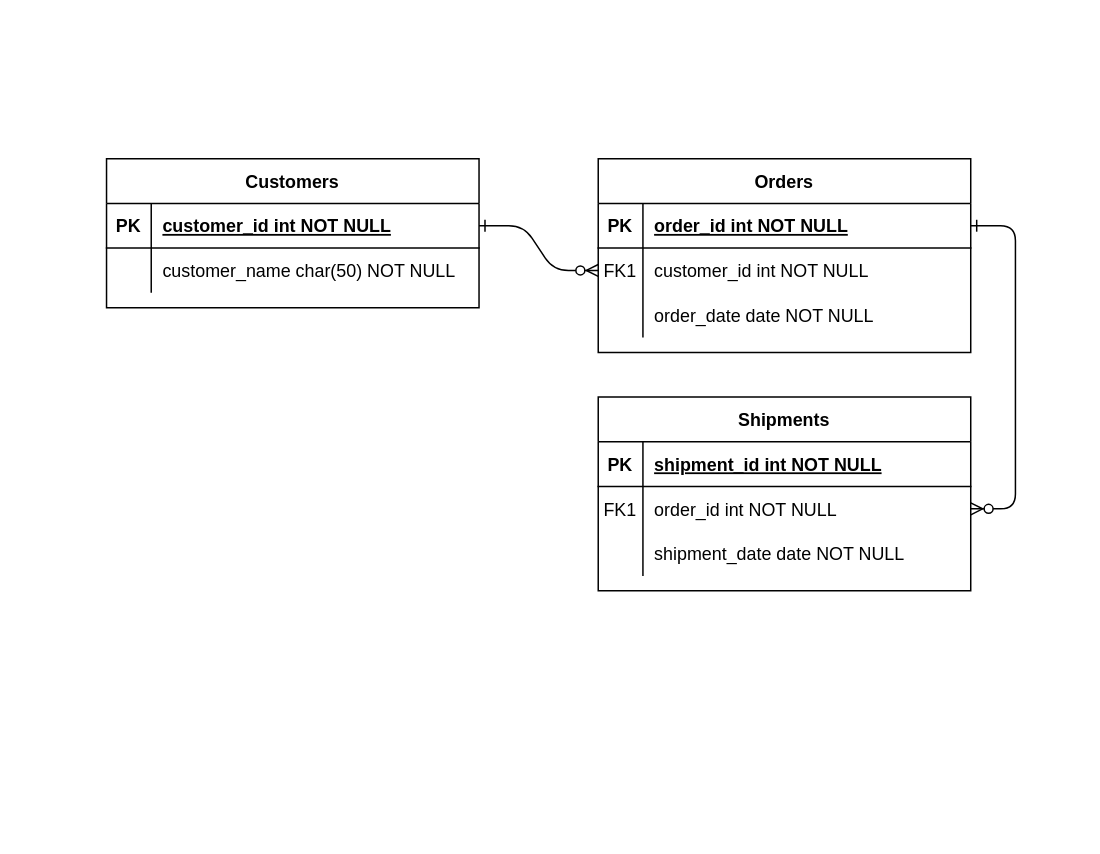
The draw.io diagram 未命名绘图.drawio in Raaaaaaay2023/database_homework, before the edit. Source tidied: cells renumbered, new cells numbered last; positions are measured from the earlier drawing's top-left corner, leaving out a move shared by most shapes. Both pictures are drawn from the tidied source at 149%, with x=0, y=0 at pixel (106, 158).
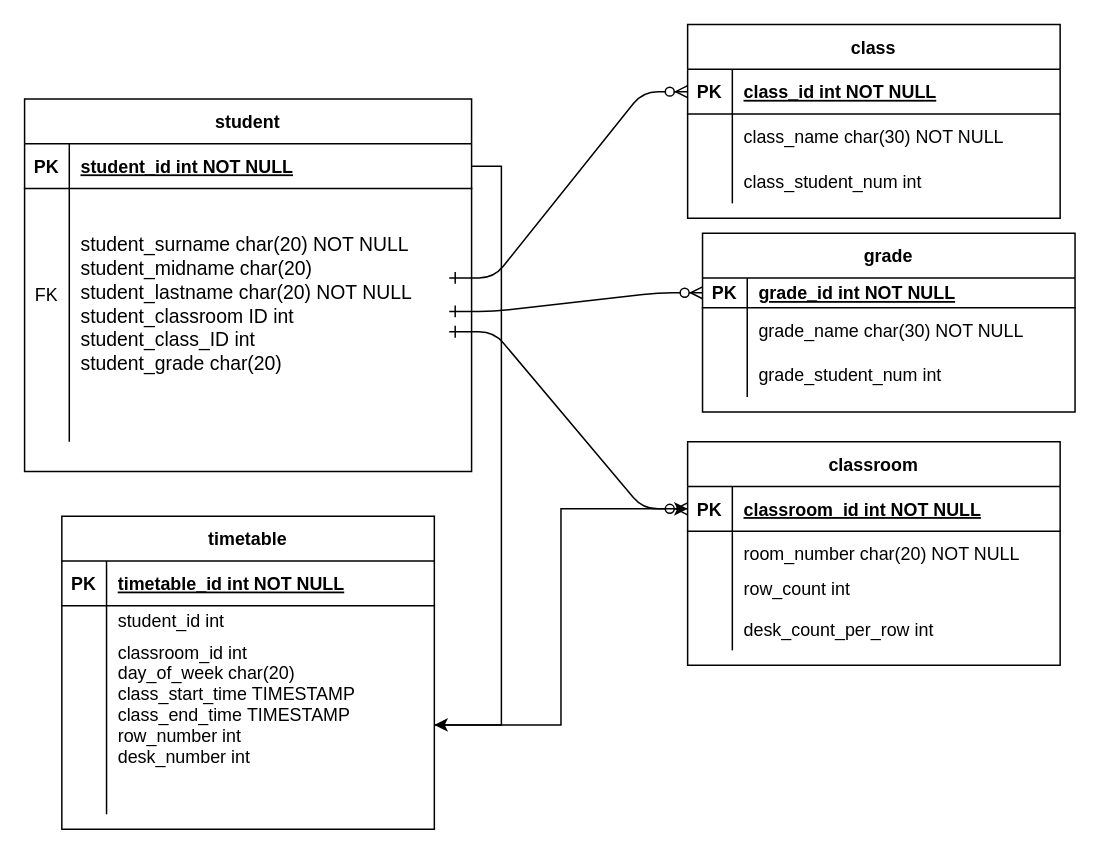
The same diagram, later.

The change refers to these unchanged cells:
```xml
<mxCell id="5" style="shape=partialRectangle;fillColor=none;points=[[0,0.5],[1,0.5]];portConstraint=eastwest;top=0;left=0;right=0;bottom=1;" parent="4" vertex="1">
  <mxGeometry y="30" width="250" height="30" as="geometry" />
</mxCell>
<mxCell id="8" style="shape=partialRectangle;fillColor=none;points=[[0,0.5],[1,0.5]];portConstraint=eastwest;top=0;left=0;right=0;bottom=0;" parent="4" vertex="1">
  <mxGeometry y="60" width="250" height="30" as="geometry" />
</mxCell>
<mxCell id="11" style="shape=partialRectangle;fillColor=none;top=0;left=0;right=0;bottom=0;" parent="4" vertex="1">
  <mxGeometry y="90" width="250" height="30" as="geometry" />
</mxCell>
<mxCell id="15" style="shape=partialRectangle;fillColor=none;points=[[0,0.5],[1,0.5]];portConstraint=eastwest;top=0;left=0;right=0;bottom=1;" parent="14" vertex="1">
  <mxGeometry y="30" width="250" height="30" as="geometry" />
</mxCell>
<mxCell id="18" style="shape=partialRectangle;fillColor=none;points=[[0,0.5],[1,0.5]];portConstraint=eastwest;top=0;left=0;right=0;bottom=0;" parent="14" vertex="1">
  <mxGeometry y="60" width="250" height="30" as="geometry" />
</mxCell>
```

The edit, as a diff of the source:
```diff
@@
-    <mxCell id="2" style="edgeStyle=entityRelationEdgeStyle;endArrow=ERzeroToMany;startArrow=ERone;endFill=1;startFill=0;" parent="1" edge="1" source="25" target="8">
-      <mxGeometry relative="1" as="geometry" />
+    <mxCell id="2" style="edgeStyle=entityRelationEdgeStyle;endArrow=ERzeroToMany;startArrow=ERone;endFill=1;startFill=0;entryX=0;entryY=0.5;entryDx=0;entryDy=0;" parent="1" edge="1" target="5">
+      <mxGeometry relative="1" as="geometry">
+        <mxPoint x="230" y="80" as="sourcePoint" />
+      </mxGeometry>
     </mxCell>
-    <mxCell id="3" style="edgeStyle=entityRelationEdgeStyle;endArrow=ERzeroToMany;startArrow=ERone;endFill=1;startFill=0;" parent="1" edge="1" source="5" target="18">
-      <mxGeometry relative="1" as="geometry" />
-    </mxCell>
-    <mxCell id="4" value="Orders" style="shape=table;startSize=30;childLayout=tableLayout;rowLines=0;fontStyle=1;align=center;" parent="1" vertex="1">
-      <mxGeometry x="330" width="250" height="130" as="geometry" />
+    <mxCell id="4" value="class" style="shape=table;startSize=30;childLayout=tableLayout;rowLines=0;fontStyle=1;align=center;" parent="1" vertex="1">
+      <mxGeometry x="390" y="-90" width="250" height="130" as="geometry" />
     </mxCell>
@@
-    <mxCell id="7" value="order_id int NOT NULL " style="shape=partialRectangle;overflow=hidden;fillColor=none;top=0;left=0;bottom=0;right=0;align=left;spacingLeft=6;fontStyle=5;" parent="5" vertex="1">
+    <mxCell id="7" value="class_id int NOT NULL " style="shape=partialRectangle;overflow=hidden;fillColor=none;top=0;left=0;bottom=0;right=0;align=left;spacingLeft=6;fontStyle=5;" parent="5" vertex="1">
       <mxGeometry x="30" width="220" height="30" as="geometry" />
     </mxCell>
@@
-    <mxCell id="9" value="FK1" style="shape=partialRectangle;overflow=hidden;fillColor=none;top=0;left=0;bottom=0;right=0;" parent="8" vertex="1">
+    <mxCell id="9" style="shape=partialRectangle;overflow=hidden;fillColor=none;top=0;left=0;bottom=0;right=0;" parent="8" vertex="1">
       <mxGeometry width="30" height="30" as="geometry" />
     </mxCell>
-    <mxCell id="10" value="customer_id int NOT NULL" style="shape=partialRectangle;overflow=hidden;fillColor=none;top=0;left=0;bottom=0;right=0;align=left;spacingLeft=6;" parent="8" vertex="1">
+    <mxCell id="10" value="class_name char(30) NOT NULL" style="shape=partialRectangle;overflow=hidden;fillColor=none;top=0;left=0;bottom=0;right=0;align=left;spacingLeft=6;" parent="8" vertex="1">
       <mxGeometry x="30" width="220" height="30" as="geometry" />
     </mxCell>
@@
-    <mxCell id="13" value="order_date date NOT NULL" style="shape=partialRectangle;overflow=hidden;fillColor=none;top=0;left=0;bottom=0;right=0;align=left;spacingLeft=6;" parent="11" vertex="1">
+    <mxCell id="13" value="class_student_num int" style="shape=partialRectangle;overflow=hidden;fillColor=none;top=0;left=0;bottom=0;right=0;align=left;spacingLeft=6;" parent="11" vertex="1">
       <mxGeometry x="30" width="220" height="30" as="geometry" />
     </mxCell>
-    <mxCell id="14" value="Shipments" style="shape=table;startSize=30;childLayout=tableLayout;rowLines=0;fontStyle=1;align=center;" parent="1" vertex="1">
-      <mxGeometry x="330" y="160" width="250" height="130" as="geometry" />
+    <mxCell id="14" value="classroom" style="shape=table;startSize=30;childLayout=tableLayout;rowLines=0;fontStyle=1;align=center;" parent="1" vertex="1">
+      <mxGeometry x="390" y="190" width="250" height="150" as="geometry" />
     </mxCell>
@@
-    <mxCell id="17" value="shipment_id int NOT NULL " style="shape=partialRectangle;overflow=hidden;fillColor=none;top=0;left=0;bottom=0;right=0;align=left;spacingLeft=6;fontStyle=5;" parent="15" vertex="1">
+    <mxCell id="17" value="classroom_id int NOT NULL " style="shape=partialRectangle;overflow=hidden;fillColor=none;top=0;left=0;bottom=0;right=0;align=left;spacingLeft=6;fontStyle=5;" parent="15" vertex="1">
       <mxGeometry x="30" width="220" height="30" as="geometry" />
     </mxCell>
@@
-    <mxCell id="19" value="FK1" style="shape=partialRectangle;overflow=hidden;fillColor=none;top=0;left=0;bottom=0;right=0;" parent="18" vertex="1">
+    <mxCell id="19" style="shape=partialRectangle;overflow=hidden;fillColor=none;top=0;left=0;bottom=0;right=0;" parent="18" vertex="1">
       <mxGeometry width="30" height="30" as="geometry" />
     </mxCell>
-    <mxCell id="20" value="order_id int NOT NULL" style="shape=partialRectangle;overflow=hidden;fillColor=none;top=0;left=0;bottom=0;right=0;align=left;spacingLeft=6;" parent="18" vertex="1">
+    <mxCell id="20" value="room_number char(20) NOT NULL" style="shape=partialRectangle;overflow=hidden;fillColor=none;top=0;left=0;bottom=0;right=0;align=left;spacingLeft=6;" parent="18" vertex="1">
       <mxGeometry x="30" width="220" height="30" as="geometry" />
     </mxCell>
     <mxCell id="21" style="shape=partialRectangle;fillColor=none;top=0;left=0;right=0;bottom=0;" parent="14" vertex="1">
-      <mxGeometry y="90" width="250" height="30" as="geometry" />
+      <mxGeometry y="90" width="250" height="50" as="geometry" />
     </mxCell>
     <mxCell id="22" style="shape=partialRectangle;overflow=hidden;fillColor=none;top=0;left=0;bottom=0;right=0;" parent="21" vertex="1">
-      <mxGeometry width="30" height="30" as="geometry" />
+      <mxGeometry width="30" height="50" as="geometry" />
     </mxCell>
-    <mxCell id="23" value="shipment_date date NOT NULL" style="shape=partialRectangle;overflow=hidden;fillColor=none;top=0;left=0;bottom=0;right=0;align=left;spacingLeft=6;" parent="21" vertex="1">
-      <mxGeometry x="30" width="220" height="30" as="geometry" />
+    <mxCell id="23" value="row_count int&#10;&#10;desk_count_per_row int&#10;" style="shape=partialRectangle;overflow=hidden;fillColor=none;top=0;left=0;bottom=0;right=0;align=left;spacingLeft=6;" parent="21" vertex="1">
+      <mxGeometry x="30" width="220" height="50" as="geometry" />
     </mxCell>
-    <mxCell id="24" value="Customers" style="shape=table;startSize=30;childLayout=tableLayout;rowLines=0;fontStyle=1;align=center;" parent="1" vertex="1">
-      <mxGeometry width="250" height="100" as="geometry" />
+    <mxCell id="24" value="student" style="shape=table;startSize=30;childLayout=tableLayout;rowLines=0;fontStyle=1;align=center;" parent="1" vertex="1">
+      <mxGeometry x="-55" y="-40" width="300" height="250" as="geometry" />
     </mxCell>
     <mxCell id="25" style="shape=partialRectangle;fillColor=none;points=[[0,0.5],[1,0.5]];portConstraint=eastwest;top=0;left=0;right=0;bottom=1;" parent="24" vertex="1">
-      <mxGeometry y="30" width="250" height="30" as="geometry" />
+      <mxGeometry y="30" width="300" height="30" as="geometry" />
     </mxCell>
@@
-    <mxCell id="27" value="customer_id int NOT NULL " style="shape=partialRectangle;overflow=hidden;fillColor=none;top=0;left=0;bottom=0;right=0;align=left;spacingLeft=6;fontStyle=5;" parent="25" vertex="1">
-      <mxGeometry x="30" width="220" height="30" as="geometry" />
+    <mxCell id="27" value="student_id int NOT NULL " style="shape=partialRectangle;overflow=hidden;fillColor=none;top=0;left=0;bottom=0;right=0;align=left;spacingLeft=6;fontStyle=5;" parent="25" vertex="1">
+      <mxGeometry x="30" width="270" height="30" as="geometry" />
     </mxCell>
     <mxCell id="28" style="shape=partialRectangle;fillColor=none;top=0;left=0;right=0;bottom=0;" parent="24" vertex="1">
-      <mxGeometry y="60" width="250" height="30" as="geometry" />
+      <mxGeometry y="60" width="300" height="170" as="geometry" />
     </mxCell>
-    <mxCell id="29" style="shape=partialRectangle;overflow=hidden;fillColor=none;top=0;left=0;bottom=0;right=0;" parent="28" vertex="1">
-      <mxGeometry width="30" height="30" as="geometry" />
+    <mxCell id="29" value="FK&#10;&#10;" style="shape=partialRectangle;overflow=hidden;fillColor=none;top=0;left=0;bottom=0;right=0;" parent="28" vertex="1">
+      <mxGeometry width="30" height="170" as="geometry" />
     </mxCell>
-    <mxCell id="30" value="customer_name char(50) NOT NULL" style="shape=partialRectangle;overflow=hidden;fillColor=none;top=0;left=0;bottom=0;right=0;align=left;spacingLeft=6;" parent="28" vertex="1">
-      <mxGeometry x="30" width="220" height="30" as="geometry" />
+    <mxCell id="30" value="student_surname char(20) NOT NULL&#10;student_midname char(20) &#10;student_lastname char(20) NOT NULL&#10;student_classroom ID int &#10;student_class_ID int&#10;student_grade char(20)&#10;" style="shape=partialRectangle;overflow=hidden;fillColor=none;top=0;left=0;bottom=0;right=0;align=left;spacingLeft=6;fontSize=13;" parent="28" vertex="1">
+      <mxGeometry x="30" width="270" height="170" as="geometry" />
     </mxCell>
+    <mxCell id="31" value="grade" style="shape=table;startSize=30;childLayout=tableLayout;rowLines=0;fontStyle=1;align=center;" parent="1" vertex="1">
+      <mxGeometry x="400" y="50" width="250" height="120" as="geometry" />
+    </mxCell>
+    <mxCell id="32" style="shape=partialRectangle;fillColor=none;points=[[0,0.5],[1,0.5]];portConstraint=eastwest;top=0;left=0;right=0;bottom=1;" parent="31" vertex="1">
+      <mxGeometry y="30" width="250" height="20" as="geometry" />
+    </mxCell>
+    <mxCell id="33" value="PK" style="shape=partialRectangle;overflow=hidden;fillColor=none;top=0;left=0;bottom=0;right=0;fontStyle=1;" parent="32" vertex="1">
+      <mxGeometry width="30" height="20" as="geometry" />
+    </mxCell>
+    <mxCell id="34" value="grade_id int NOT NULL " style="shape=partialRectangle;overflow=hidden;fillColor=none;top=0;left=0;bottom=0;right=0;align=left;spacingLeft=6;fontStyle=5;" parent="32" vertex="1">
+      <mxGeometry x="30" width="220" height="20" as="geometry" />
+    </mxCell>
+    <mxCell id="35" style="shape=partialRectangle;fillColor=none;top=0;left=0;right=0;bottom=0;" parent="31" vertex="1">
+      <mxGeometry y="50" width="250" height="30" as="geometry" />
+    </mxCell>
+    <mxCell id="36" style="shape=partialRectangle;overflow=hidden;fillColor=none;top=0;left=0;bottom=0;right=0;" parent="35" vertex="1">
+      <mxGeometry width="30" height="30" as="geometry" />
+    </mxCell>
+    <mxCell id="37" value="grade_name char(30) NOT NULL" style="shape=partialRectangle;overflow=hidden;fillColor=none;top=0;left=0;bottom=0;right=0;align=left;spacingLeft=6;" parent="35" vertex="1">
+      <mxGeometry x="30" width="220" height="30" as="geometry" />
+    </mxCell>
+    <mxCell id="38" style="shape=partialRectangle;fillColor=none;top=0;left=0;right=0;bottom=0;" parent="31" vertex="1">
+      <mxGeometry y="80" width="250" height="30" as="geometry" />
+    </mxCell>
+    <mxCell id="39" style="shape=partialRectangle;overflow=hidden;fillColor=none;top=0;left=0;bottom=0;right=0;" parent="38" vertex="1">
+      <mxGeometry width="30" height="30" as="geometry" />
+    </mxCell>
+    <mxCell id="40" value="grade_student_num int" style="shape=partialRectangle;overflow=hidden;fillColor=none;top=0;left=0;bottom=0;right=0;align=left;spacingLeft=6;" parent="38" vertex="1">
+      <mxGeometry x="30" width="220" height="30" as="geometry" />
+    </mxCell>
+    <mxCell id="41" style="edgeStyle=entityRelationEdgeStyle;endArrow=ERzeroToMany;startArrow=ERone;endFill=1;startFill=0;entryX=0;entryY=0.5;entryDx=0;entryDy=0;" parent="1" edge="1" target="32">
+      <mxGeometry relative="1" as="geometry">
+        <mxPoint x="230" y="102.5" as="sourcePoint" />
+      </mxGeometry>
+    </mxCell>
+    <mxCell id="42" style="edgeStyle=entityRelationEdgeStyle;endArrow=ERzeroToMany;startArrow=ERone;endFill=1;startFill=0;entryX=0;entryY=0.5;entryDx=0;entryDy=0;" parent="1" edge="1" target="15">
+      <mxGeometry relative="1" as="geometry">
+        <mxPoint x="230" y="116.2" as="sourcePoint" />
+      </mxGeometry>
+    </mxCell>
+    <mxCell id="43" value="timetable" style="shape=table;startSize=30;childLayout=tableLayout;rowLines=0;fontStyle=1;align=center;" parent="1" vertex="1">
+      <mxGeometry x="-30" y="240" width="250" height="210" as="geometry" />
+    </mxCell>
+    <mxCell id="44" style="shape=partialRectangle;fillColor=none;top=0;left=0;right=0;bottom=1;" parent="43" vertex="1">
+      <mxGeometry y="30" width="250" height="30" as="geometry" />
+    </mxCell>
+    <mxCell id="45" value="PK" style="shape=partialRectangle;overflow=hidden;fillColor=none;top=0;left=0;bottom=0;right=0;fontStyle=1;" parent="44" vertex="1">
+      <mxGeometry width="30" height="30" as="geometry" />
+    </mxCell>
+    <mxCell id="46" value="timetable_id int NOT NULL " style="shape=partialRectangle;overflow=hidden;fillColor=none;top=0;left=0;bottom=0;right=0;align=left;spacingLeft=6;fontStyle=5;" parent="44" vertex="1">
+      <mxGeometry x="30" width="220" height="30" as="geometry" />
+    </mxCell>
+    <mxCell id="47" style="shape=partialRectangle;fillColor=none;top=0;left=0;right=0;bottom=0;" parent="43" vertex="1">
+      <mxGeometry y="60" width="250" height="20" as="geometry" />
+    </mxCell>
+    <mxCell id="48" style="shape=partialRectangle;overflow=hidden;fillColor=none;top=0;left=0;bottom=0;right=0;" parent="47" vertex="1">
+      <mxGeometry width="30" height="20" as="geometry" />
+    </mxCell>
+    <mxCell id="49" value="student_id int  " style="shape=partialRectangle;overflow=hidden;fillColor=none;top=0;left=0;bottom=0;right=0;align=left;spacingLeft=6;" parent="47" vertex="1">
+      <mxGeometry x="30" width="220" height="20" as="geometry" />
+    </mxCell>
+    <mxCell id="50" style="shape=partialRectangle;fillColor=none;points=[[0,0.5],[1,0.5]];portConstraint=eastwest;top=0;left=0;right=0;bottom=0;" parent="43" vertex="1">
+      <mxGeometry y="80" width="250" height="120" as="geometry" />
+    </mxCell>
+    <mxCell id="51" style="shape=partialRectangle;overflow=hidden;fillColor=none;top=0;left=0;bottom=0;right=0;" parent="50" vertex="1">
+      <mxGeometry width="30" height="120" as="geometry" />
+    </mxCell>
+    <mxCell id="52" value="classroom_id int  &#10;day_of_week char(20)&#10;class_start_time TIMESTAMP&#10;class_end_time TIMESTAMP&#10;row_number int&#10;desk_number int&#10;&#10;" style="shape=partialRectangle;overflow=hidden;fillColor=none;top=0;left=0;bottom=0;right=0;align=left;spacingLeft=6;" parent="50" vertex="1">
+      <mxGeometry x="30" width="220" height="120" as="geometry" />
+    </mxCell>
+    <mxCell id="53" style="edgeStyle=orthogonalEdgeStyle;rounded=0;jettySize=auto;html=1;exitX=1;exitY=0.5;exitDx=0;exitDy=0;" parent="1" edge="1" source="25" target="50">
+      <mxGeometry relative="1" as="geometry" />
+    </mxCell>
+    <mxCell id="54" style="edgeStyle=orthogonalEdgeStyle;rounded=0;jettySize=auto;html=1;exitX=1;exitY=0.5;exitDx=0;exitDy=0;entryX=0;entryY=0.5;entryDx=0;entryDy=0;" parent="1" edge="1" source="50" target="15">
+      <mxGeometry relative="1" as="geometry" />
+    </mxCell>
```
